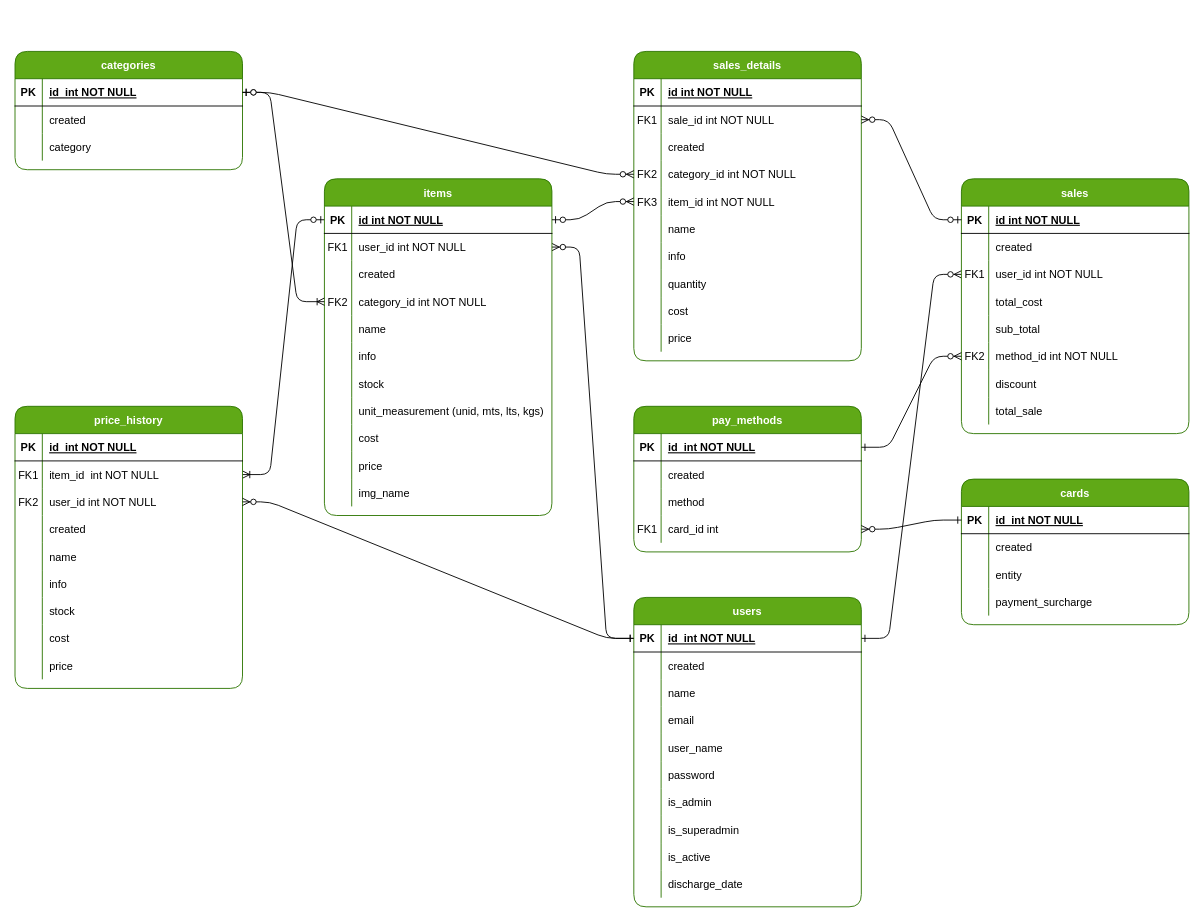
This is Entidades-relaciones.drawio from m415x/POS, a draw.io file, before an edit. Source tidied: cells renumbered, new cells numbered last; positions are measured from the earlier drawing's top-left corner, leaving out a move shared by most shapes. Both pictures are drawn from the tidied source at 91%, with x=0, y=0 at pixel (15, 51).
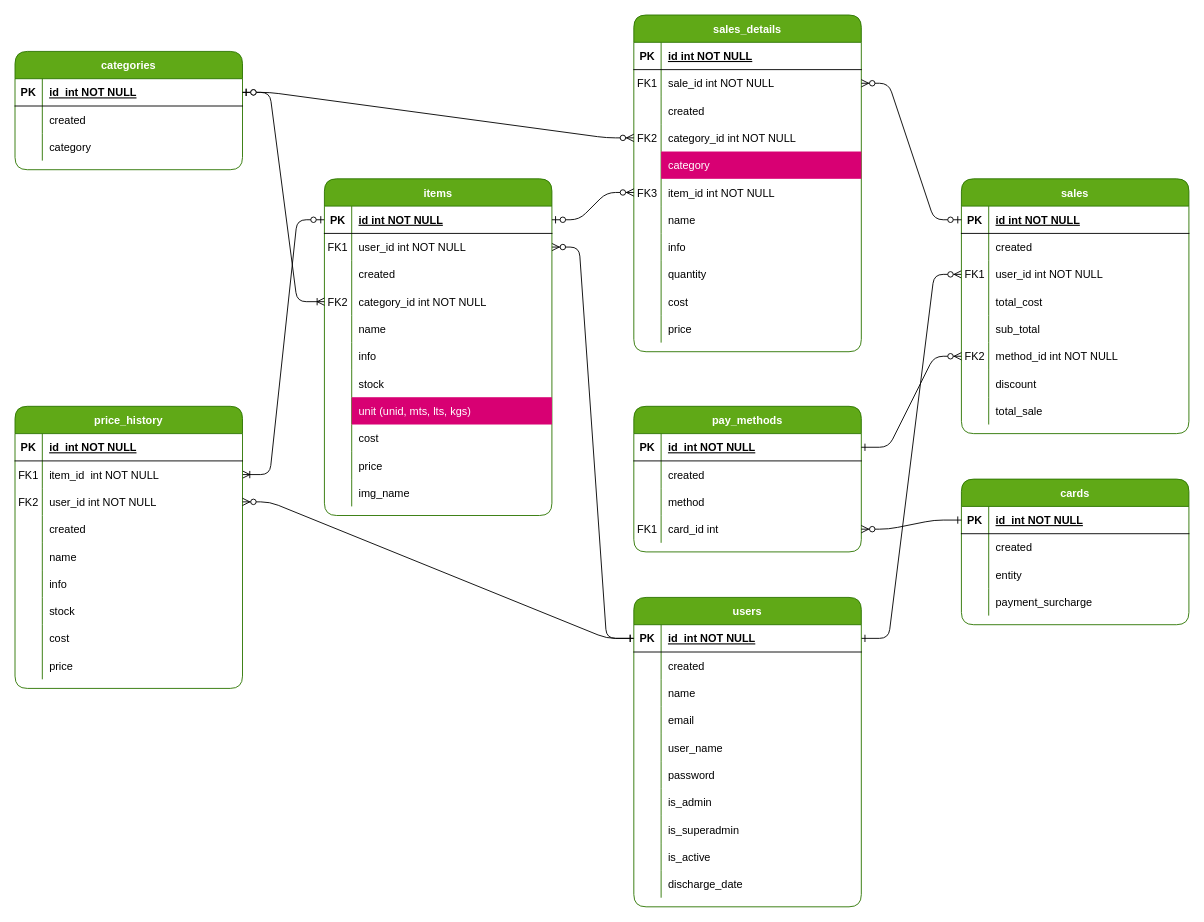
The same diagram, later.

Unchanged cells that the change refers to:
```xml
<mxCell id="27" style="shape=partialRectangle;fillColor=none;top=0;left=0;right=0;bottom=0;" parent="5" vertex="1">
  <mxGeometry y="240" width="250" height="30" as="geometry" />
</mxCell>
```

The edit, as a diff of the source:
```diff
@@
-    <mxCell id="29" value="unit_measurement (unid, mts, lts, kgs)" style="shape=partialRectangle;overflow=hidden;fillColor=none;top=0;left=0;bottom=0;right=0;align=left;spacingLeft=6;" parent="27" vertex="1">
+    <mxCell id="29" value="unit (unid, mts, lts, kgs)" style="shape=partialRectangle;overflow=hidden;fillColor=#d80073;top=0;left=0;bottom=0;right=0;align=left;spacingLeft=6;fontColor=#ffffff;strokeColor=#A50040;" parent="27" vertex="1">
       <mxGeometry x="30" width="220" height="30" as="geometry" />
     </mxCell>
@@
     <mxCell id="95" value="sales_details" style="shape=table;startSize=30;childLayout=tableLayout;rowLines=0;fontStyle=1;align=center;rounded=1;fillColor=#60a917;fontColor=#ffffff;strokeColor=#2D7600;" parent="1" vertex="1">
-      <mxGeometry x="680" width="250" height="340" as="geometry" />
+      <mxGeometry x="680" y="-40" width="250" height="370" as="geometry" />
     </mxCell>
@@
+    <mxCell id="197" style="shape=partialRectangle;fillColor=none;top=0;left=0;right=0;bottom=0;" parent="95" vertex="1">
+      <mxGeometry y="150" width="250" height="30" as="geometry" />
+    </mxCell>
+    <mxCell id="198" style="shape=partialRectangle;overflow=hidden;fillColor=none;top=0;left=0;bottom=0;right=0;" parent="197" vertex="1">
+      <mxGeometry width="30" height="30" as="geometry" />
+    </mxCell>
+    <mxCell id="199" value="category" style="shape=partialRectangle;overflow=hidden;fillColor=#d80073;top=0;left=0;bottom=0;right=0;align=left;spacingLeft=6;fontColor=#ffffff;strokeColor=#A50040;" parent="197" vertex="1">
+      <mxGeometry x="30" width="220" height="30" as="geometry" />
+    </mxCell>
     <mxCell id="108" style="shape=partialRectangle;fillColor=none;points=[[0,0.5],[1,0.5]];portConstraint=eastwest;top=0;left=0;right=0;bottom=0;" parent="95" vertex="1">
-      <mxGeometry y="150" width="250" height="30" as="geometry" />
+      <mxGeometry y="180" width="250" height="30" as="geometry" />
     </mxCell>
@@
     <mxCell id="111" style="shape=partialRectangle;fillColor=none;top=0;left=0;right=0;bottom=0;" parent="95" vertex="1">
-      <mxGeometry y="180" width="250" height="30" as="geometry" />
+      <mxGeometry y="210" width="250" height="30" as="geometry" />
     </mxCell>
@@
     <mxCell id="114" style="shape=partialRectangle;fillColor=none;top=0;left=0;right=0;bottom=0;" parent="95" vertex="1">
-      <mxGeometry y="210" width="250" height="30" as="geometry" />
+      <mxGeometry y="240" width="250" height="30" as="geometry" />
     </mxCell>
@@
     <mxCell id="117" style="shape=partialRectangle;fillColor=none;top=0;left=0;right=0;bottom=0;" parent="95" vertex="1">
-      <mxGeometry y="240" width="250" height="30" as="geometry" />
+      <mxGeometry y="270" width="250" height="30" as="geometry" />
     </mxCell>
@@
     <mxCell id="120" style="shape=partialRectangle;fillColor=none;top=0;left=0;right=0;bottom=0;" parent="95" vertex="1">
-      <mxGeometry y="270" width="250" height="30" as="geometry" />
+      <mxGeometry y="300" width="250" height="30" as="geometry" />
     </mxCell>
@@
     <mxCell id="123" style="shape=partialRectangle;fillColor=none;top=0;left=0;right=0;bottom=0;" parent="95" vertex="1">
-      <mxGeometry y="300" width="250" height="30" as="geometry" />
+      <mxGeometry y="330" width="250" height="30" as="geometry" />
     </mxCell>
```
